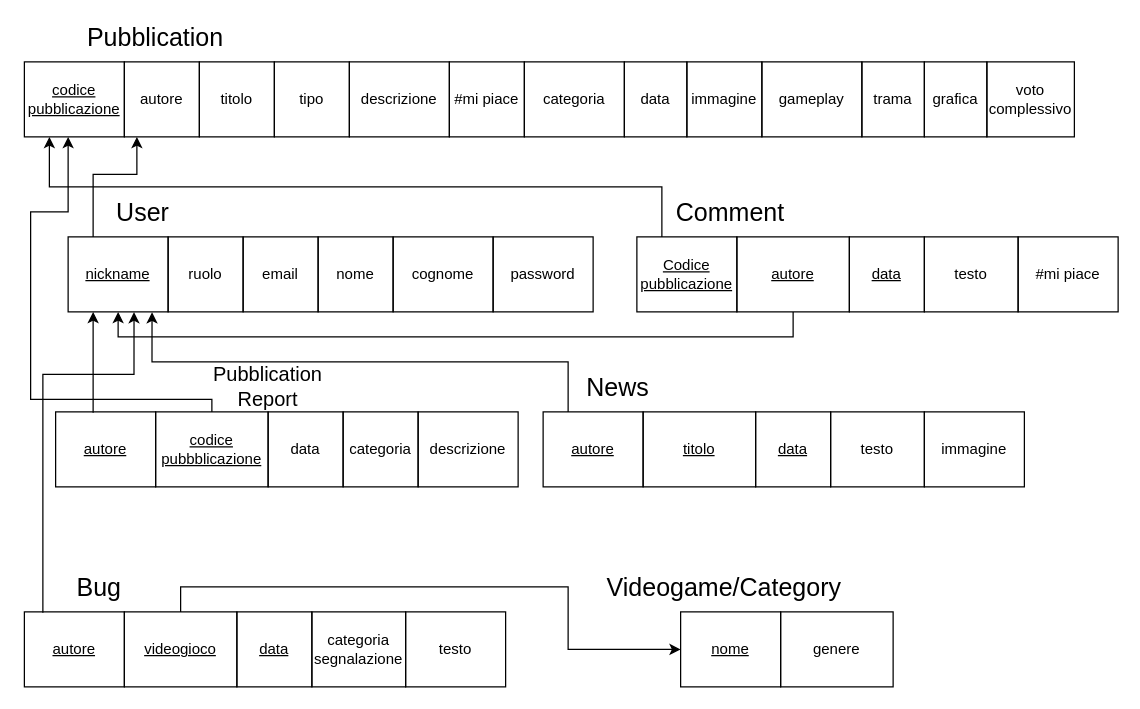
Before: SDD/Schema E-R/ModelloRelazionale.drawio in StraGame/StraGame, a draw.io diagram. Source tidied: cells renumbered, new cells numbered last; positions are measured from the earlier drawing's top-left corner, leaving out a move shared by most shapes. Both pictures are drawn from the tidied source at 125%, with x=0, y=0 at pixel (24, 24).
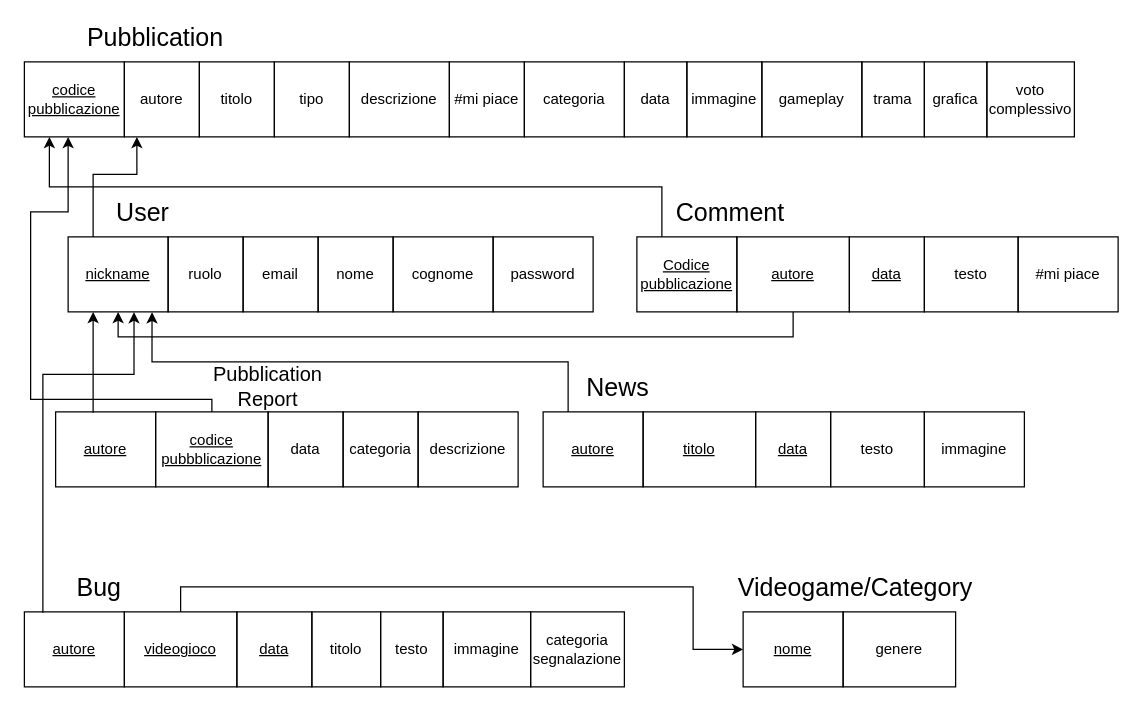
The same page after the edit.

Unchanged cells that the change refers to:
```xml
<mxCell id="35" value="videogioco" style="rounded=0;whiteSpace=wrap;html=1;fillColor=none;fontStyle=4;" parent="1" vertex="1">
  <mxGeometry x="80" y="470" width="90" height="60" as="geometry" />
</mxCell>
```

Diff of the diagram source:
```diff
@@
     <mxCell id="34" style="edgeStyle=orthogonalEdgeStyle;rounded=0;jettySize=auto;html=1;exitX=0.5;exitY=0;exitDx=0;exitDy=0;entryX=0;entryY=0.5;entryDx=0;entryDy=0;fontSize=20;" parent="1" edge="1" source="35" target="55">
       <mxGeometry relative="1" as="geometry">
         <Array as="points">
           <mxPoint x="125" y="450" />
-          <mxPoint x="435" y="450" />
-          <mxPoint x="435" y="500" />
+          <mxPoint x="535" y="450" />
+          <mxPoint x="535" y="500" />
         </Array>
       </mxGeometry>
     </mxCell>
@@
     <mxCell id="37" value="categoria segnalazione" style="rounded=0;whiteSpace=wrap;html=1;fillColor=none;" parent="1" vertex="1">
-      <mxGeometry x="230" y="470" width="75" height="60" as="geometry" />
+      <mxGeometry x="405" y="470" width="75" height="60" as="geometry" />
     </mxCell>
     <mxCell id="38" value="testo" style="rounded=0;whiteSpace=wrap;html=1;fillColor=none;" parent="1" vertex="1">
-      <mxGeometry x="305" y="470" width="80" height="60" as="geometry" />
+      <mxGeometry x="285" y="470" width="50" height="60" as="geometry" />
     </mxCell>
@@
     <mxCell id="55" value="nome" style="rounded=0;whiteSpace=wrap;html=1;fillColor=none;fontStyle=4;" parent="1" vertex="1">
-      <mxGeometry x="525" y="470" width="80" height="60" as="geometry" />
+      <mxGeometry x="575" y="470" width="80" height="60" as="geometry" />
     </mxCell>
     <mxCell id="56" value="genere" style="rounded=0;whiteSpace=wrap;html=1;fillColor=none;" parent="1" vertex="1">
-      <mxGeometry x="605" y="470" width="90" height="60" as="geometry" />
+      <mxGeometry x="655" y="470" width="90" height="60" as="geometry" />
     </mxCell>
     <mxCell id="57" value="Videogame/Category" style="text;html=1;strokeColor=none;fillColor=none;align=center;verticalAlign=middle;whiteSpace=wrap;rounded=0;fontSize=20;" parent="1" vertex="1">
-      <mxGeometry x="540" y="440" width="40" height="20" as="geometry" />
+      <mxGeometry x="645" y="440" width="40" height="20" as="geometry" />
     </mxCell>
+    <mxCell id="58" value="titolo" style="rounded=0;whiteSpace=wrap;html=1;fillColor=none;" parent="1" vertex="1">
+      <mxGeometry x="230" y="470" width="55" height="60" as="geometry" />
+    </mxCell>
+    <mxCell id="59" value="immagine" style="rounded=0;whiteSpace=wrap;html=1;fillColor=none;" parent="1" vertex="1">
+      <mxGeometry x="335" y="470" width="70" height="60" as="geometry" />
+    </mxCell>
```
